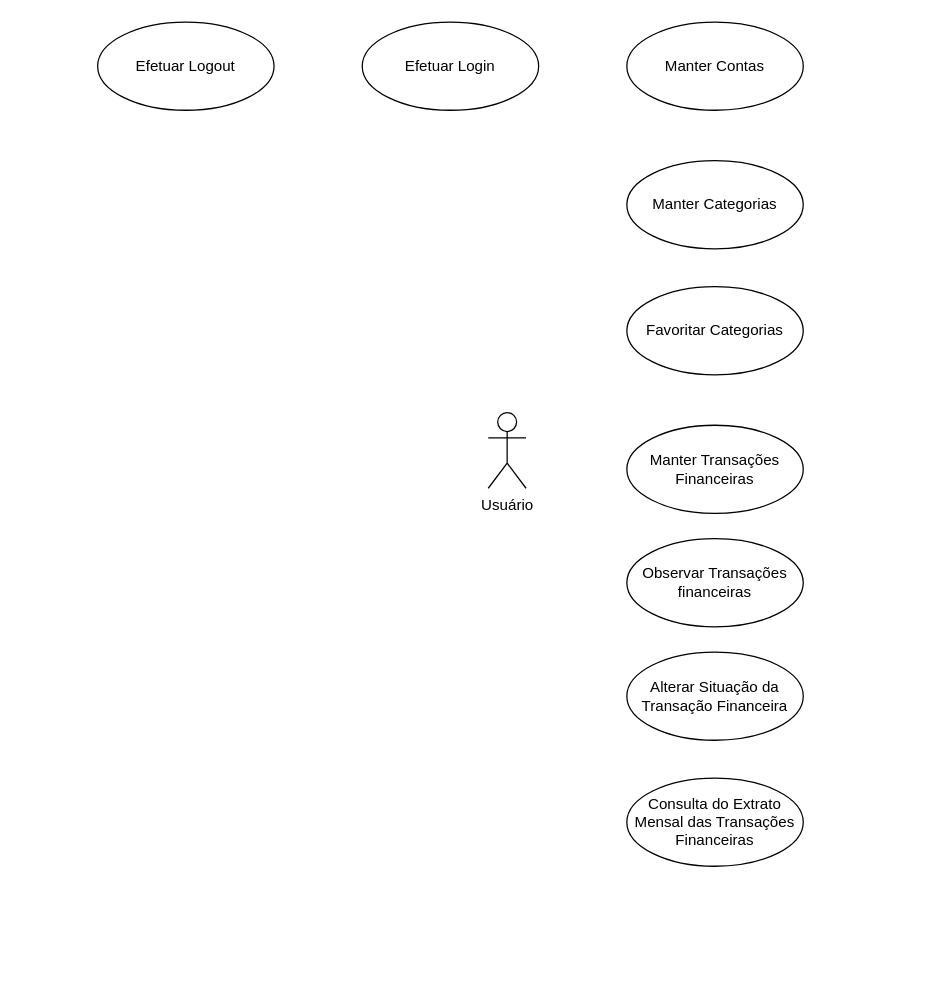
Before: docs/use-case.diagram.drawio in Danrley-Ruan-Saquetti/esliph-finance, a draw.io diagram. Source tidied: cells renumbered, new cells numbered last; positions are measured from the earlier drawing's top-left corner, leaving out a move shared by most shapes. Both pictures are drawn from the tidied source at 126%, with x=0, y=0 at pixel (97, 21).
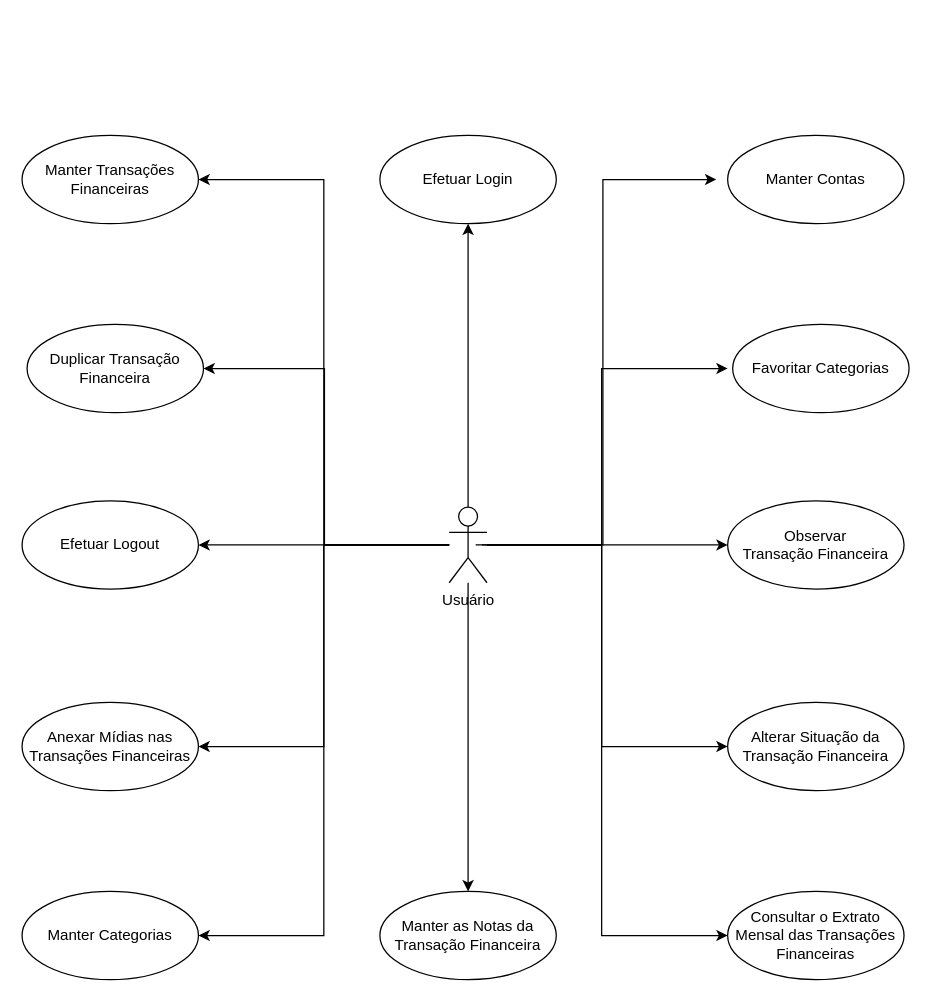
Above is the later version.

The edit, as a diff of the source:
```diff
@@
+    <mxCell id="12" style="edgeStyle=orthogonalEdgeStyle;rounded=0;jettySize=auto;html=1;entryX=0.5;entryY=1;entryDx=0;entryDy=0;" parent="1" edge="1" source="2" target="6">
+      <mxGeometry relative="1" as="geometry" />
+    </mxCell>
+    <mxCell id="13" style="edgeStyle=orthogonalEdgeStyle;rounded=0;jettySize=auto;html=1;" parent="1" edge="1" source="2" target="11">
+      <mxGeometry relative="1" as="geometry" />
+    </mxCell>
+    <mxCell id="14" style="edgeStyle=orthogonalEdgeStyle;rounded=0;jettySize=auto;html=1;" parent="1" edge="1" source="2" target="7">
+      <mxGeometry relative="1" as="geometry" />
+    </mxCell>
+    <mxCell id="15" style="edgeStyle=orthogonalEdgeStyle;rounded=0;jettySize=auto;html=1;" parent="1" edge="1" source="2" target="25">
+      <mxGeometry relative="1" as="geometry" />
+    </mxCell>
+    <mxCell id="16" style="edgeStyle=orthogonalEdgeStyle;rounded=0;jettySize=auto;html=1;entryX=1;entryY=0.5;entryDx=0;entryDy=0;" parent="1" edge="1" source="2" target="3">
+      <mxGeometry relative="1" as="geometry" />
+    </mxCell>
+    <mxCell id="17" style="edgeStyle=orthogonalEdgeStyle;rounded=0;jettySize=auto;html=1;entryX=1;entryY=0.5;entryDx=0;entryDy=0;" parent="1" edge="1" source="2" target="26">
+      <mxGeometry relative="1" as="geometry" />
+    </mxCell>
+    <mxCell id="18" style="edgeStyle=orthogonalEdgeStyle;rounded=0;jettySize=auto;html=1;entryX=1;entryY=0.5;entryDx=0;entryDy=0;" parent="1" edge="1" source="2" target="24">
+      <mxGeometry relative="1" as="geometry">
+        <Array as="points">
+          <mxPoint x="180" y="415" />
+          <mxPoint x="180" y="275" />
+        </Array>
+      </mxGeometry>
+    </mxCell>
+    <mxCell id="19" style="edgeStyle=orthogonalEdgeStyle;rounded=0;jettySize=auto;html=1;entryX=1;entryY=0.5;entryDx=0;entryDy=0;" parent="1" edge="1" source="2" target="4">
+      <mxGeometry relative="1" as="geometry" />
+    </mxCell>
+    <mxCell id="20" style="edgeStyle=orthogonalEdgeStyle;rounded=0;orthogonalLoop=1;jettySize=auto;html=1;entryX=0;entryY=0.5;entryDx=0;entryDy=0;" parent="1" edge="1">
+      <mxGeometry relative="1" as="geometry">
+        <mxPoint x="300" y="415" as="sourcePoint" />
+        <mxPoint x="491" y="125" as="targetPoint" />
+        <Array as="points">
+          <mxPoint x="401" y="415" />
+          <mxPoint x="401" y="125" />
+        </Array>
+      </mxGeometry>
+    </mxCell>
+    <mxCell id="21" style="edgeStyle=orthogonalEdgeStyle;rounded=0;orthogonalLoop=1;jettySize=auto;html=1;entryX=0;entryY=0.5;entryDx=0;entryDy=0;" parent="1" edge="1">
+      <mxGeometry relative="1" as="geometry">
+        <mxPoint x="305" y="415" as="sourcePoint" />
+        <mxPoint x="500" y="275" as="targetPoint" />
+        <Array as="points">
+          <mxPoint x="400" y="415" />
+          <mxPoint x="400" y="275" />
+        </Array>
+      </mxGeometry>
+    </mxCell>
+    <mxCell id="22" style="edgeStyle=orthogonalEdgeStyle;rounded=0;jettySize=auto;html=1;entryX=0;entryY=0.5;entryDx=0;entryDy=0;" parent="1" edge="1" source="2" target="9">
+      <mxGeometry relative="1" as="geometry">
+        <Array as="points">
+          <mxPoint x="400" y="415" />
+          <mxPoint x="400" y="575" />
+        </Array>
+      </mxGeometry>
+    </mxCell>
+    <mxCell id="23" style="edgeStyle=orthogonalEdgeStyle;rounded=0;jettySize=auto;html=1;entryX=0;entryY=0.5;entryDx=0;entryDy=0;" parent="1" edge="1" source="2" target="10">
+      <mxGeometry relative="1" as="geometry">
+        <Array as="points">
+          <mxPoint x="400" y="415" />
+          <mxPoint x="400" y="725" />
+        </Array>
+      </mxGeometry>
+    </mxCell>
     <mxCell id="2" value="Usuário" style="shape=umlActor;verticalLabelPosition=bottom;verticalAlign=top;html=1;outlineConnect=0;" parent="1" vertex="1">
-      <mxGeometry x="310" y="310" width="30" height="60" as="geometry" />
+      <mxGeometry x="279" y="385" width="30" height="60" as="geometry" />
     </mxCell>
     <mxCell id="3" value="Manter Categorias" style="ellipse;whiteSpace=wrap;html=1;" parent="1" vertex="1">
-      <mxGeometry x="420" y="110" width="140" height="70" as="geometry" />
+      <mxGeometry x="-60" y="690" width="140" height="70" as="geometry" />
     </mxCell>
     <mxCell id="4" value="Manter Transações Financeiras" style="ellipse;whiteSpace=wrap;html=1;" parent="1" vertex="1">
-      <mxGeometry x="420" y="320" width="140" height="70" as="geometry" />
+      <mxGeometry x="-60" y="90" width="140" height="70" as="geometry" />
     </mxCell>
     <mxCell id="5" value="Manter Contas" style="ellipse;whiteSpace=wrap;html=1;" parent="1" vertex="1">
-      <mxGeometry x="420" width="140" height="70" as="geometry" />
+      <mxGeometry x="500" y="90" width="140" height="70" as="geometry" />
     </mxCell>
     <mxCell id="6" value="Efetuar Login" style="ellipse;whiteSpace=wrap;html=1;" parent="1" vertex="1">
-      <mxGeometry x="210" width="140" height="70" as="geometry" />
+      <mxGeometry x="224" y="90" width="140" height="70" as="geometry" />
     </mxCell>
     <mxCell id="7" value="Efetuar Logout" style="ellipse;whiteSpace=wrap;html=1;" parent="1" vertex="1">
-      <mxGeometry width="140" height="70" as="geometry" />
+      <mxGeometry x="-60" y="380" width="140" height="70" as="geometry" />
     </mxCell>
     <mxCell id="8" value="Favoritar Categorias" style="ellipse;whiteSpace=wrap;html=1;" parent="1" vertex="1">
-      <mxGeometry x="420" y="210" width="140" height="70" as="geometry" />
+      <mxGeometry x="504" y="240" width="140" height="70" as="geometry" />
     </mxCell>
     <mxCell id="9" value="Alterar Situação da Transação Financeira" style="ellipse;whiteSpace=wrap;html=1;" parent="1" vertex="1">
-      <mxGeometry x="420" y="500" width="140" height="70" as="geometry" />
+      <mxGeometry x="500" y="540" width="140" height="70" as="geometry" />
     </mxCell>
-    <mxCell id="10" value="Consulta do Extrato Mensal das Transações Financeiras" style="ellipse;whiteSpace=wrap;html=1;" parent="1" vertex="1">
-      <mxGeometry x="420" y="600" width="140" height="70" as="geometry" />
+    <mxCell id="10" value="Consultar o Extrato Mensal das Transações Financeiras" style="ellipse;whiteSpace=wrap;html=1;" parent="1" vertex="1">
+      <mxGeometry x="500" y="690" width="140" height="70" as="geometry" />
     </mxCell>
-    <mxCell id="11" value="Observar Transações financeiras" style="ellipse;whiteSpace=wrap;html=1;" parent="1" vertex="1">
-      <mxGeometry x="420" y="410" width="140" height="70" as="geometry" />
+    <mxCell id="11" value="Observar Transação&amp;nbsp;Financeira" style="ellipse;whiteSpace=wrap;html=1;" parent="1" vertex="1">
+      <mxGeometry x="500" y="380" width="140" height="70" as="geometry" />
     </mxCell>
+    <mxCell id="24" value="Duplicar Transação Financeira" style="ellipse;whiteSpace=wrap;html=1;" parent="1" vertex="1">
+      <mxGeometry x="-56" y="240" width="140" height="70" as="geometry" />
+    </mxCell>
+    <mxCell id="25" value="Manter as Notas da Transação Financeira" style="ellipse;whiteSpace=wrap;html=1;" parent="1" vertex="1">
+      <mxGeometry x="224" y="690" width="140" height="70" as="geometry" />
+    </mxCell>
+    <mxCell id="26" value="Anexar Mídias nas Transações Financeiras" style="ellipse;whiteSpace=wrap;html=1;" parent="1" vertex="1">
+      <mxGeometry x="-60" y="540" width="140" height="70" as="geometry" />
+    </mxCell>
```
